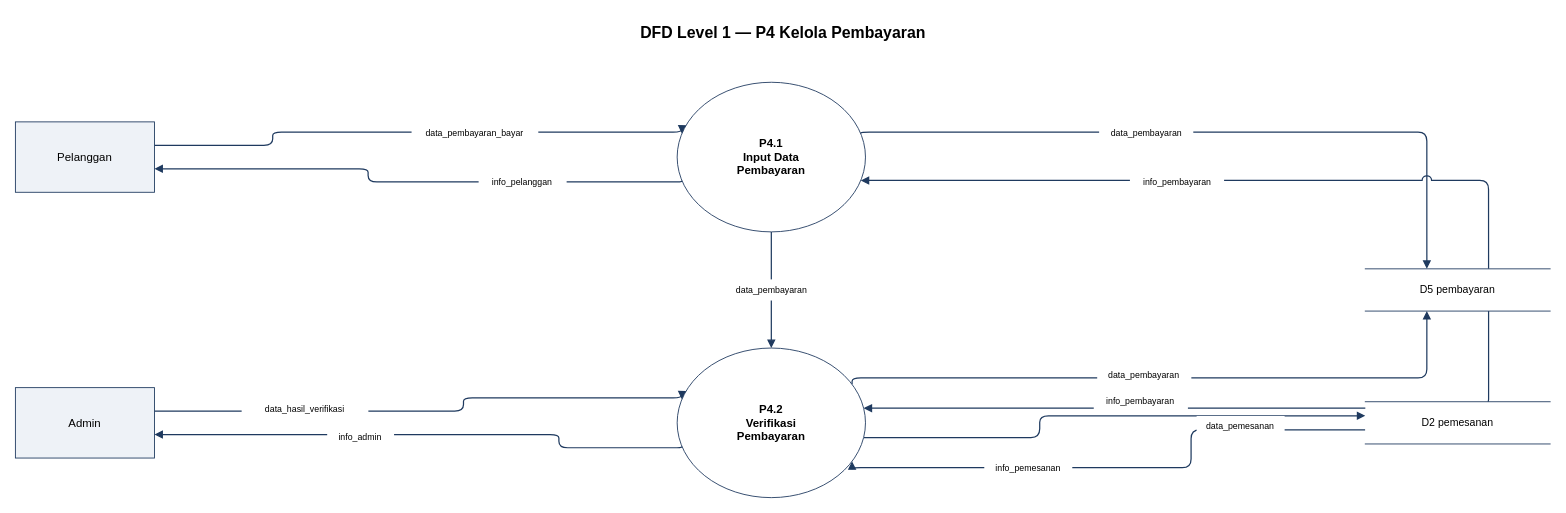
The draw.io diagram result/with/mellogang_dfd_level1_P4.drawio in ryuken25/diagrams, before the edit. Source tidied: cells renumbered, new cells numbered last; positions are measured from the earlier drawing's top-left corner, leaving out a move shared by most shapes. Both pictures are drawn from the tidied source at 88%, with x=0, y=0 at pixel (15, 15).
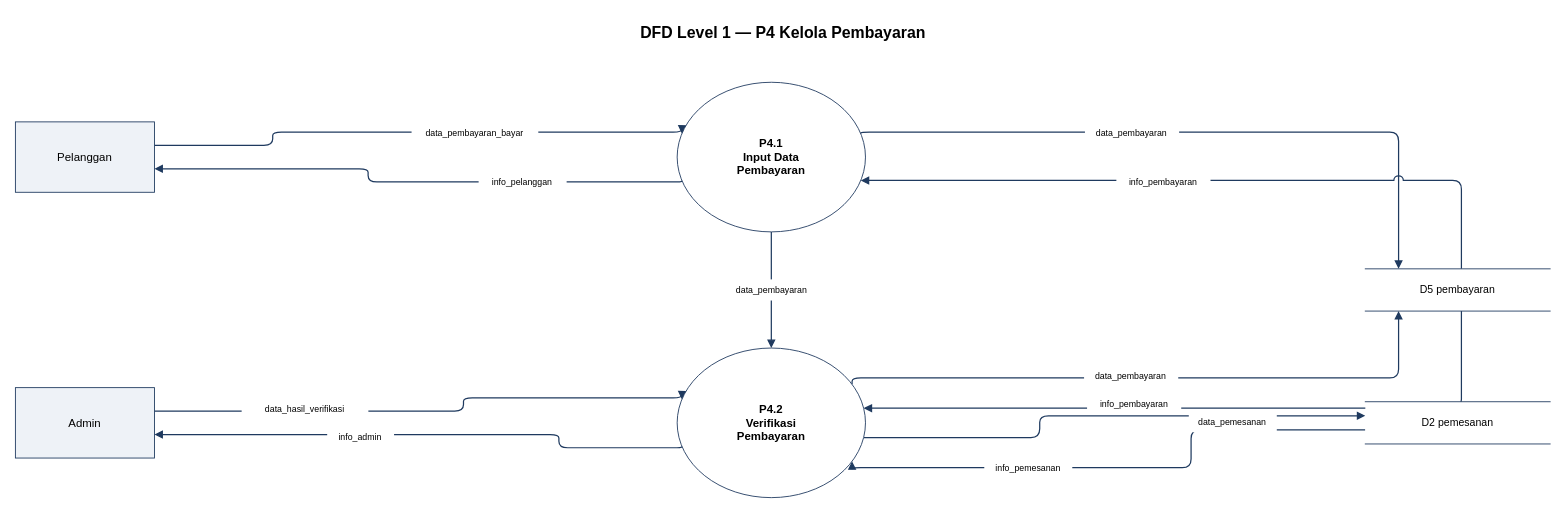
The same diagram, later.

The change refers to these unchanged cells:
```xml
<mxCell id="13" value="P4.1&#10;Input Data&#10;Pembayaran" style="ellipse;whiteSpace=wrap;html=1;fillColor=#FFFFFF;strokeColor=#1F3A5F;fontSize=13;fontStyle=1;verticalAlign=middle;" parent="1" vertex="1">
  <mxGeometry x="752" y="76" width="214" height="170" as="geometry" />
</mxCell>
<mxCell id="14" value="P4.2&#10;Verifikasi&#10;Pembayaran" style="ellipse;whiteSpace=wrap;html=1;fillColor=#FFFFFF;strokeColor=#1F3A5F;fontSize=13;fontStyle=1;verticalAlign=middle;" parent="1" vertex="1">
  <mxGeometry x="752" y="378" width="214" height="170" as="geometry" />
</mxCell>
<mxCell id="17" value="D5  pembayaran" style="shape=partialRectangle;top=1;bottom=1;left=0;right=0;whiteSpace=wrap;html=1;fillColor=#FFFFFF;strokeColor=#1F3A5F;fontSize=12;align=center;" parent="1" vertex="1">
  <mxGeometry x="1534" y="288" width="210" height="48" as="geometry" />
</mxCell>
```

The edit, as a diff of the source:
```diff
@@
-    <mxCell id="6" style="html=1;rounded=1;strokeColor=#1F3A5F;strokeWidth=1.4;endArrow=block;startArrow=none;jumpStyle=arc;jumpSize=10;edgeStyle=orthogonalEdgeStyle;exitX=1.000;exitY=0.333;entryX=0.333;entryY=0.000;exitDx=0;exitDy=0;entryDx=0;entryDy=0;" parent="1" edge="1" source="13" target="17">
+    <mxCell id="6" style="html=1;rounded=1;strokeColor=#1F3A5F;strokeWidth=1.4;endArrow=block;startArrow=none;jumpStyle=arc;jumpSize=10;edgeStyle=orthogonalEdgeStyle;exitX=1.000;exitY=0.333;entryX=0.180;entryY=0.000;exitDx=0;exitDy=0;entryDx=0;entryDy=0;" parent="1" edge="1" source="13" target="17">
       <mxGeometry relative="1" as="geometry">
         <Array as="points">
-          <mxPoint x="1604" y="132.7" />
-          <mxPoint x="1604" y="288" />
+          <mxPoint x="1571.8" y="132.7" />
+          <mxPoint x="1571.8" y="288" />
         </Array>
       </mxGeometry>
     </mxCell>
-    <mxCell id="7" style="html=1;rounded=1;strokeColor=#1F3A5F;strokeWidth=1.4;endArrow=block;startArrow=none;jumpStyle=arc;jumpSize=10;edgeStyle=orthogonalEdgeStyle;exitX=0.667;exitY=0.000;entryX=1.000;entryY=0.667;exitDx=0;exitDy=0;entryDx=0;entryDy=0;" parent="1" edge="1" source="17" target="13">
+    <mxCell id="7" style="html=1;rounded=1;strokeColor=#1F3A5F;strokeWidth=1.4;endArrow=block;startArrow=none;jumpStyle=arc;jumpSize=10;edgeStyle=orthogonalEdgeStyle;exitX=0.520;exitY=0.000;entryX=1.000;entryY=0.667;exitDx=0;exitDy=0;entryDx=0;entryDy=0;" parent="1" edge="1" source="17" target="13">
       <mxGeometry relative="1" as="geometry">
         <Array as="points">
-          <mxPoint x="1674" y="288" />
-          <mxPoint x="1674" y="189.3" />
+          <mxPoint x="1643.2" y="288" />
+          <mxPoint x="1643.2" y="189.3" />
         </Array>
       </mxGeometry>
     </mxCell>
-    <mxCell id="8" style="html=1;rounded=1;strokeColor=#1F3A5F;strokeWidth=1.4;endArrow=block;startArrow=none;jumpStyle=arc;jumpSize=10;edgeStyle=orthogonalEdgeStyle;exitX=1.000;exitY=0.200;entryX=0.333;entryY=1.000;exitDx=0;exitDy=0;entryDx=0;entryDy=0;" parent="1" edge="1" source="14" target="17">
+    <mxCell id="8" style="html=1;rounded=1;strokeColor=#1F3A5F;strokeWidth=1.4;endArrow=block;startArrow=none;jumpStyle=arc;jumpSize=10;edgeStyle=orthogonalEdgeStyle;exitX=1.000;exitY=0.200;entryX=0.180;entryY=1.000;exitDx=0;exitDy=0;entryDx=0;entryDy=0;" parent="1" edge="1" source="14" target="17">
       <mxGeometry relative="1" as="geometry">
         <Array as="points">
-          <mxPoint x="1604" y="412" />
-          <mxPoint x="1604" y="336" />
+          <mxPoint x="1571.8" y="412" />
+          <mxPoint x="1571.8" y="336" />
         </Array>
       </mxGeometry>
     </mxCell>
-    <mxCell id="9" style="html=1;rounded=1;strokeColor=#1F3A5F;strokeWidth=1.4;endArrow=block;startArrow=none;jumpStyle=arc;jumpSize=10;edgeStyle=orthogonalEdgeStyle;exitX=0.667;exitY=1.000;entryX=1.000;entryY=0.400;exitDx=0;exitDy=0;entryDx=0;entryDy=0;" parent="1" edge="1" source="17" target="14">
+    <mxCell id="9" style="html=1;rounded=1;strokeColor=#1F3A5F;strokeWidth=1.4;endArrow=block;startArrow=none;jumpStyle=arc;jumpSize=10;edgeStyle=orthogonalEdgeStyle;exitX=0.520;exitY=1.000;entryX=1.000;entryY=0.400;exitDx=0;exitDy=0;entryDx=0;entryDy=0;" parent="1" edge="1" source="17" target="14">
       <mxGeometry relative="1" as="geometry">
         <Array as="points">
-          <mxPoint x="1674" y="336" />
-          <mxPoint x="1674" y="446" />
+          <mxPoint x="1643.2" y="336" />
+          <mxPoint x="1643.2" y="446" />
         </Array>
       </mxGeometry>
     </mxCell>
@@
     <mxCell id="23" value="data_pembayaran" style="text;html=1;align=center;verticalAlign=middle;fontSize=10;rounded=0;fillColor=#FFFFFF;strokeColor=none;whiteSpace=wrap;spacing=2;" parent="1" vertex="1">
-      <mxGeometry x="1231.5" y="120.6" width="107" height="24" as="geometry" />
+      <mxGeometry x="1215.4" y="120.6" width="107" height="24" as="geometry" />
     </mxCell>
     <mxCell id="24" value="info_pembayaran" style="text;html=1;align=center;verticalAlign=middle;fontSize=10;rounded=0;fillColor=#FFFFFF;strokeColor=none;whiteSpace=wrap;spacing=2;" parent="1" vertex="1">
-      <mxGeometry x="1266.5" y="177.3" width="107" height="24" as="geometry" />
+      <mxGeometry x="1251.1" y="177.3" width="107" height="24" as="geometry" />
     </mxCell>
     <mxCell id="25" value="data_pembayaran" style="text;html=1;align=center;verticalAlign=middle;fontSize=10;rounded=0;fillColor=#FFFFFF;strokeColor=none;whiteSpace=wrap;spacing=2;" parent="1" vertex="1">
-      <mxGeometry x="1229.3" y="395.6" width="107" height="24" as="geometry" />
+      <mxGeometry x="1214.4" y="397.7" width="107" height="24" as="geometry" />
     </mxCell>
     <mxCell id="26" value="info_pembayaran" style="text;html=1;align=center;verticalAlign=middle;fontSize=10;rounded=0;fillColor=#FFFFFF;strokeColor=none;whiteSpace=wrap;spacing=2;" parent="1" vertex="1">
-      <mxGeometry x="1225.4" y="426.2" width="107" height="24" as="geometry" />
+      <mxGeometry x="1217.8" y="429.6" width="107" height="24" as="geometry" />
     </mxCell>
     <mxCell id="27" value="data_pemesanan" style="text;html=1;align=center;verticalAlign=middle;fontSize=10;rounded=0;fillColor=#FFFFFF;strokeColor=none;whiteSpace=wrap;spacing=2;" parent="1" vertex="1">
-      <mxGeometry x="1342.3" y="455.2" width="100" height="24" as="geometry" />
+      <mxGeometry x="1333.4" y="449.7" width="100" height="24" as="geometry" />
     </mxCell>
```
